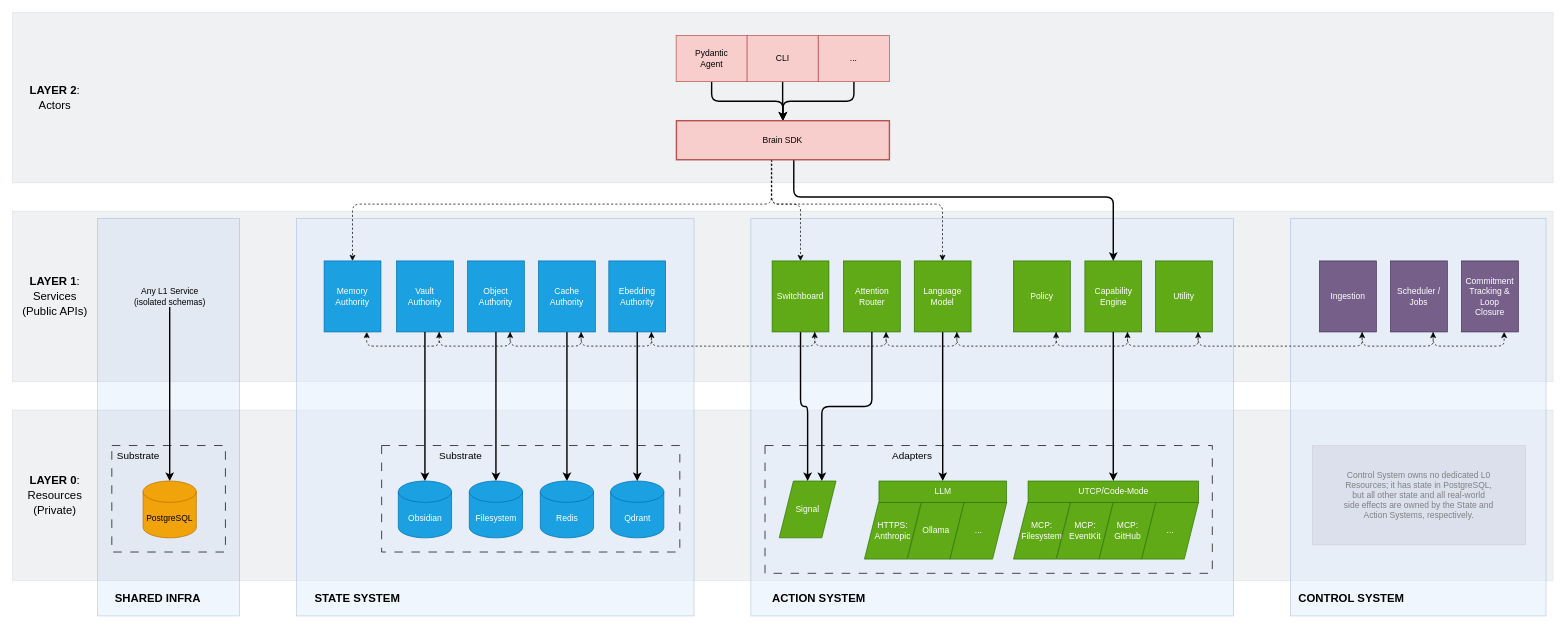
This is page "boundaries-and-responsibilities" (4 of 4) of img/diagrams.drawio from cmtonkinson/brain, a draw.io file, before an edit. Source tidied: cells renumbered, new cells numbered last; positions are measured from the earlier drawing's top-left corner, leaving out a move shared by most shapes. Both pictures are drawn from the tidied source at 71%, with x=0, y=0 at pixel (12, 12).
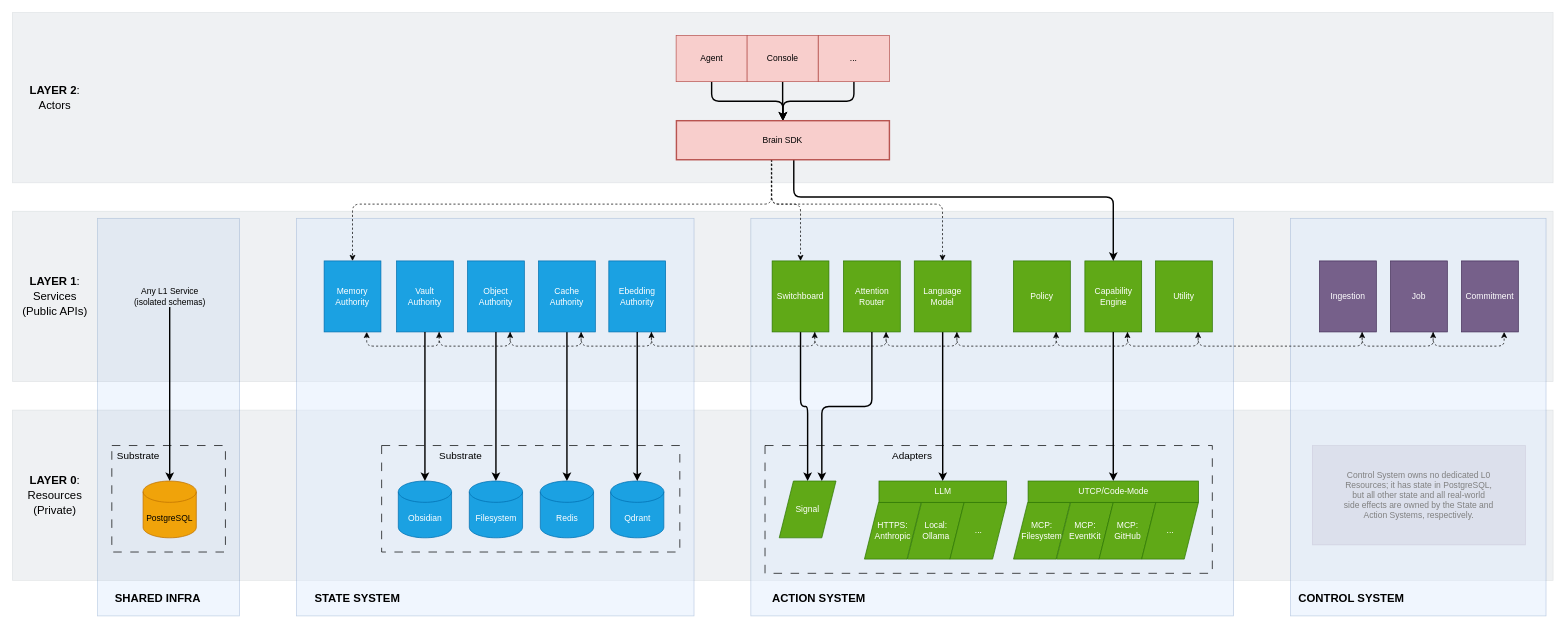
The same diagram, later.

Unchanged cells that the change refers to:
```xml
<mxCell id="72" style="group;" parent="71" vertex="1">
  <mxGeometry width="260.5" height="110" as="geometry" />
</mxCell>
```

Diff of the diagram source:
```diff
@@
-    <mxCell id="27" value="Commitment&lt;br&gt;Tracking &amp;amp;&lt;br&gt;Loop&lt;br&gt;Closure" style="rounded=0;whiteSpace=wrap;html=1;fillColor=#76608a;strokeColor=#432D57;fontColor=#ffffff;" parent="1" vertex="1">
+    <mxCell id="27" value="Commitment" style="rounded=0;whiteSpace=wrap;html=1;fillColor=#76608a;strokeColor=#432D57;fontColor=#ffffff;" parent="1" vertex="1">
       <mxGeometry x="2041" y="350" width="80" height="100" as="geometry" />
     </mxCell>
@@
-    <mxCell id="29" value="Scheduler /&lt;br&gt;Jobs" style="rounded=0;whiteSpace=wrap;html=1;fillColor=#76608a;strokeColor=#432D57;fontColor=#ffffff;" parent="1" vertex="1">
+    <mxCell id="29" value="Job" style="rounded=0;whiteSpace=wrap;html=1;fillColor=#76608a;strokeColor=#432D57;fontColor=#ffffff;" parent="1" vertex="1">
       <mxGeometry x="1941" y="350" width="80" height="100" as="geometry" />
     </mxCell>
@@
-    <mxCell id="74" value="Ollama" style="shape=parallelogram;perimeter=parallelogramPerimeter;whiteSpace=wrap;html=1;fixedSize=1;fillColor=#60a917;strokeColor=#2D7600;fontColor=#ffffff;" parent="72" vertex="1">
+    <mxCell id="74" value="Local:&lt;div&gt;Ollama&lt;/div&gt;" style="shape=parallelogram;perimeter=parallelogramPerimeter;whiteSpace=wrap;html=1;fixedSize=1;fillColor=#60a917;strokeColor=#2D7600;fontColor=#ffffff;" parent="72" vertex="1">
       <mxGeometry x="220.5" y="30" width="80" height="80" as="geometry" />
     </mxCell>
@@
-    <mxCell id="82" value="Pydantic&lt;br&gt;Agent" style="rounded=0;whiteSpace=wrap;html=1;fillColor=#f8cecc;strokeColor=#b85450;" parent="1" vertex="1">
+    <mxCell id="82" value="Agent" style="rounded=0;whiteSpace=wrap;html=1;fillColor=#f8cecc;strokeColor=#b85450;" parent="1" vertex="1">
       <mxGeometry x="934.8" y="32.5" width="100" height="65" as="geometry" />
     </mxCell>
@@
-    <mxCell id="84" value="&lt;div&gt;CLI&lt;/div&gt;" style="rounded=0;whiteSpace=wrap;html=1;fillColor=#f8cecc;strokeColor=#b85450;" parent="1" vertex="1">
+    <mxCell id="84" value="Console" style="rounded=0;whiteSpace=wrap;html=1;fillColor=#f8cecc;strokeColor=#b85450;" parent="1" vertex="1">
       <mxGeometry x="1034.8" y="32.5" width="100" height="65" as="geometry" />
     </mxCell>
```
